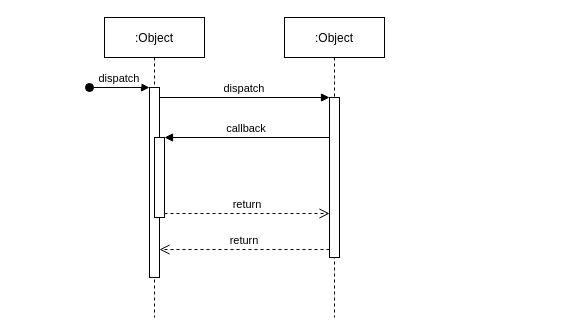
Before: 제목 없는 다이어그램.drawio in chpark-hoseo/gf2022-choimingue-game, a draw.io diagram. Source tidied: cells renumbered, new cells numbered last; positions are measured from the earlier drawing's top-left corner, leaving out a move shared by most shapes. Both pictures are drawn from the tidied source at 100%, with x=0, y=0 at pixel (89, 17).
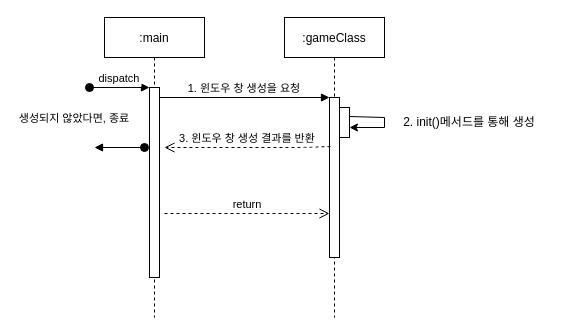
The same diagram, later.

Commit message:
GameClass_시퀸스 다이어그램 업데이트

The change refers to these unchanged cells:
```xml
<mxCell id="3" style="points=[];perimeter=orthogonalPerimeter;rounded=0;shadow=0;strokeWidth=1;" parent="2" vertex="1">
  <mxGeometry x="45" y="70" width="10" height="190" as="geometry" />
</mxCell>
<mxCell id="7" style="points=[];perimeter=orthogonalPerimeter;rounded=0;shadow=0;strokeWidth=1;" parent="6" vertex="1">
  <mxGeometry x="45" y="80" width="10" height="160" as="geometry" />
</mxCell>
```

The edit, as a diff of the source:
```diff
@@
-    <mxCell id="2" value=":Object" style="shape=umlLifeline;perimeter=lifelinePerimeter;rounded=0;shadow=0;strokeWidth=1;" parent="1" vertex="1">
+    <mxCell id="2" value=":main" style="shape=umlLifeline;perimeter=lifelinePerimeter;rounded=0;shadow=0;strokeWidth=1;" parent="1" vertex="1">
       <mxGeometry x="15" width="100" height="300" as="geometry" />
     </mxCell>
@@
-    <mxCell id="5" style="points=[];perimeter=orthogonalPerimeter;rounded=0;shadow=0;strokeWidth=1;" parent="2" vertex="1">
-      <mxGeometry x="50" y="120" width="10" height="80" as="geometry" />
-    </mxCell>
+    <mxCell id="12" value="생성되지 않았다면, 종료" style="verticalAlign=bottom;startArrow=oval;endArrow=block;startSize=8;shadow=0;strokeWidth=1;" parent="2" edge="1">
+      <mxGeometry x="1" y="-28" relative="1" as="geometry">
+        <mxPoint x="40" y="130" as="sourcePoint" />
+        <mxPoint x="-10" y="130" as="targetPoint" />
+        <mxPoint x="-20" y="8" as="offset" />
+      </mxGeometry>
+    </mxCell>
-    <mxCell id="6" value=":Object" style="shape=umlLifeline;perimeter=lifelinePerimeter;rounded=0;shadow=0;strokeWidth=1;" parent="1" vertex="1">
+    <mxCell id="6" value=":gameClass" style="shape=umlLifeline;perimeter=lifelinePerimeter;rounded=0;shadow=0;strokeWidth=1;" parent="1" vertex="1">
       <mxGeometry x="195" width="100" height="300" as="geometry" />
     </mxCell>
@@
+    <mxCell id="13" style="points=[];perimeter=orthogonalPerimeter;rounded=0;shadow=0;strokeWidth=1;" parent="6" vertex="1">
+      <mxGeometry x="55" y="90" width="10" height="30" as="geometry" />
+    </mxCell>
+    <mxCell id="14" style="endArrow=classic;html=1;rounded=0;exitX=0.981;exitY=0.3;exitDx=0;exitDy=0;exitPerimeter=0;" parent="6" edge="1" source="13">
+      <mxGeometry relative="1" as="geometry">
+        <mxPoint x="65" y="110" as="targetPoint" />
+        <Array as="points">
+          <mxPoint x="100" y="100" />
+          <mxPoint x="100" y="110" />
+        </Array>
+      </mxGeometry>
+    </mxCell>
-    <mxCell id="8" value="return" style="verticalAlign=bottom;endArrow=open;dashed=1;endSize=8;exitX=0;exitY=0.95;shadow=0;strokeWidth=1;" parent="1" edge="1" source="7" target="3">
-      <mxGeometry relative="1" as="geometry" />
+    <mxCell id="8" value="3. 윈도우 창 생성 결과를 반환" style="verticalAlign=bottom;endArrow=open;dashed=1;endSize=8;shadow=0;strokeWidth=1;exitX=0.094;exitY=0.307;exitDx=0;exitDy=0;exitPerimeter=0;" parent="1" edge="1" source="7">
+      <mxGeometry relative="1" as="geometry">
+        <mxPoint x="75" y="130" as="targetPoint" />
+        <Array as="points">
+          <mxPoint x="205" y="130" />
+        </Array>
+      </mxGeometry>
     </mxCell>
-    <mxCell id="9" value="dispatch" style="verticalAlign=bottom;endArrow=block;entryX=0;entryY=0;shadow=0;strokeWidth=1;" parent="1" edge="1" source="3" target="7">
+    <mxCell id="9" value="1. 윈도우 창 생성을 요청" style="verticalAlign=bottom;endArrow=block;entryX=0;entryY=0;shadow=0;strokeWidth=1;" parent="1" edge="1" source="3" target="7">
       <mxGeometry relative="1" as="geometry" />
     </mxCell>
-    <mxCell id="10" value="callback" style="verticalAlign=bottom;endArrow=block;entryX=1;entryY=0;shadow=0;strokeWidth=1;" parent="1" edge="1" source="7" target="5">
-      <mxGeometry relative="1" as="geometry" />
-    </mxCell>
-    <mxCell id="11" value="return" style="verticalAlign=bottom;endArrow=open;dashed=1;endSize=8;exitX=1;exitY=0.95;shadow=0;strokeWidth=1;" parent="1" edge="1" source="5" target="7">
-      <mxGeometry relative="1" as="geometry" />
+    <mxCell id="11" value="return" style="verticalAlign=bottom;endArrow=open;dashed=1;endSize=8;exitX=1;exitY=0.95;shadow=0;strokeWidth=1;" parent="1" edge="1" target="7">
+      <mxGeometry relative="1" as="geometry">
+        <mxPoint x="75" y="196" as="sourcePoint" />
+      </mxGeometry>
     </mxCell>
+    <mxCell id="15" value="2. init()메서드를 통해 생성" style="text;html=1;strokeColor=none;fillColor=none;align=center;verticalAlign=middle;whiteSpace=wrap;rounded=0;" parent="1" vertex="1">
+      <mxGeometry x="305" y="90" width="150" height="30" as="geometry" />
+    </mxCell>
```
